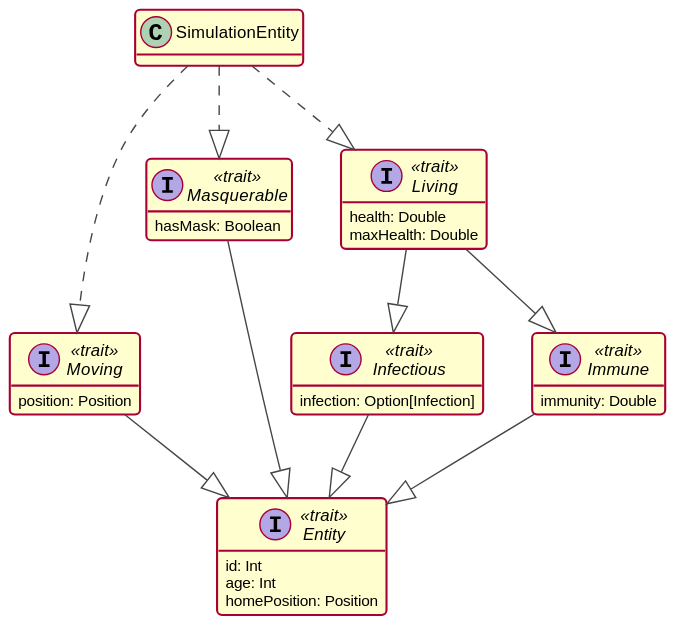
Before: doc/report/imgs/detailed_design_entities.svg, a diagram exported from PlantUML (VirusSpreadSimulator/PPS-22-virsim).
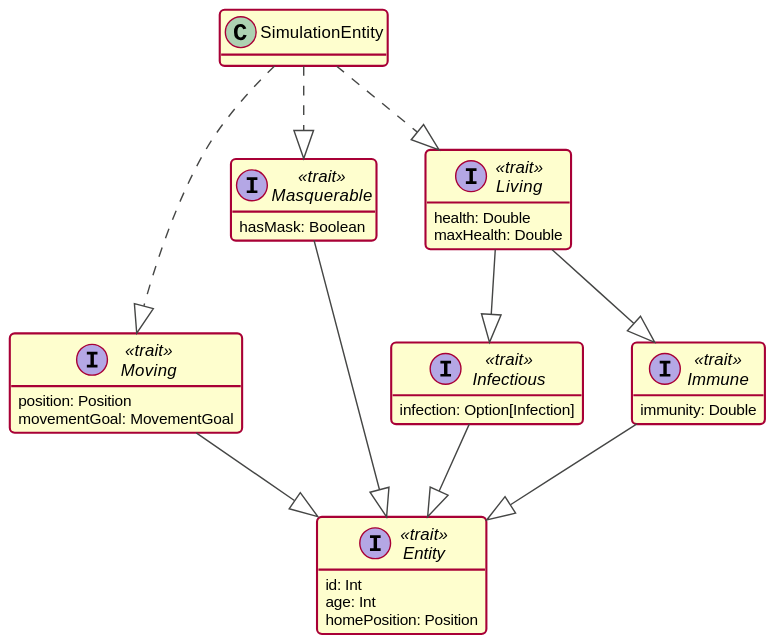
Later version of the same file.

Commit message:
chore: modify entity uml

What changed in the source:
```diff
@@ -9,6 +9,7 @@
 
 interface Moving <<trait>>{
 position: Position
+movementGoal: MovementGoal
 }
 
 interface Infectious <<trait>>{
```
